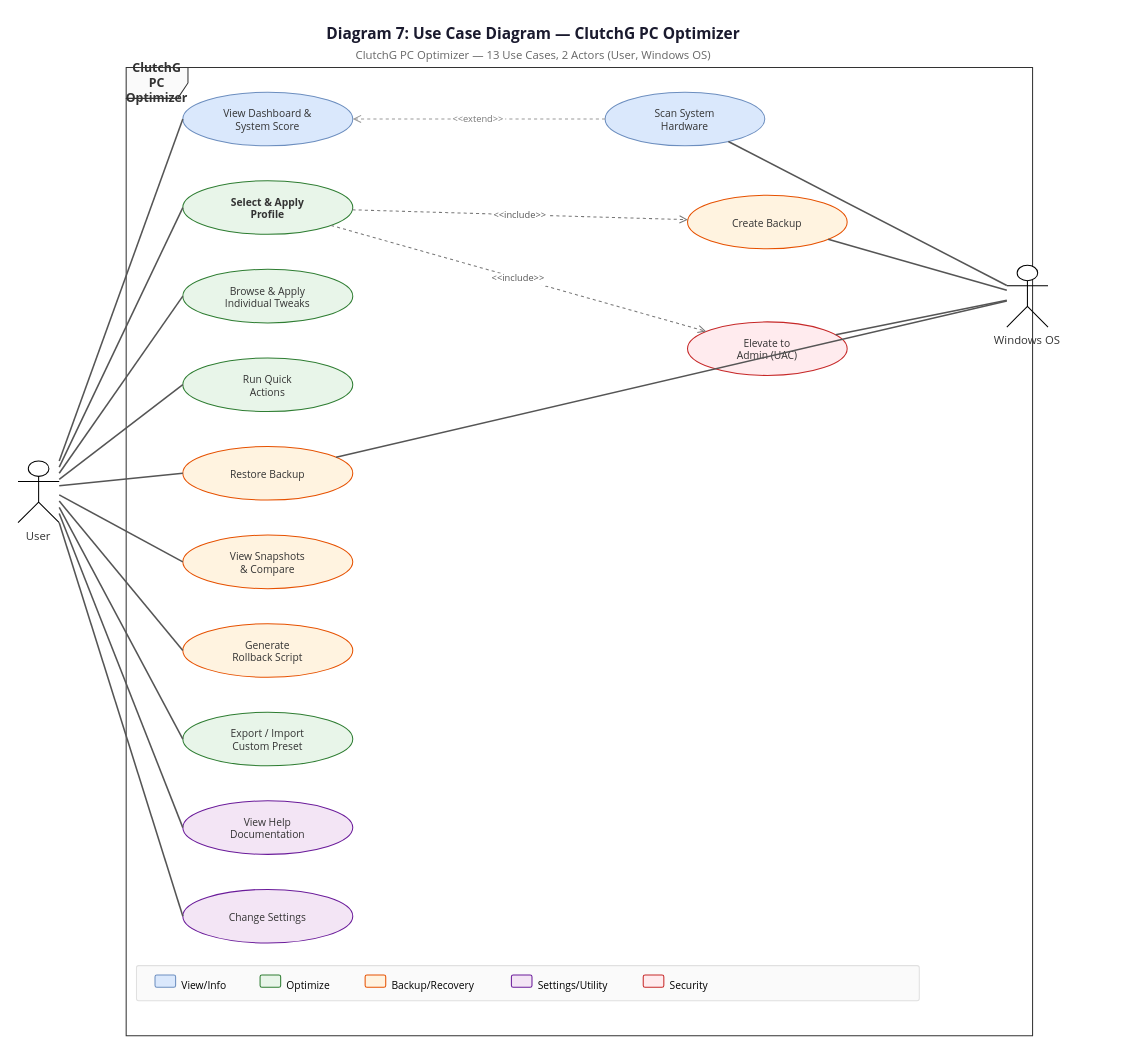
The draw.io diagram docs/diagrams/drawio/07-use-case-diagram.drawio in neckttiie090520/clutchg-pc-optimizer, before the edit. Source tidied: cells renumbered, new cells numbered last; positions are measured from the earlier drawing's top-left corner, leaving out a move shared by most shapes. Both pictures are drawn from the tidied source at 103%, with x=0, y=0 at pixel (18, 18).
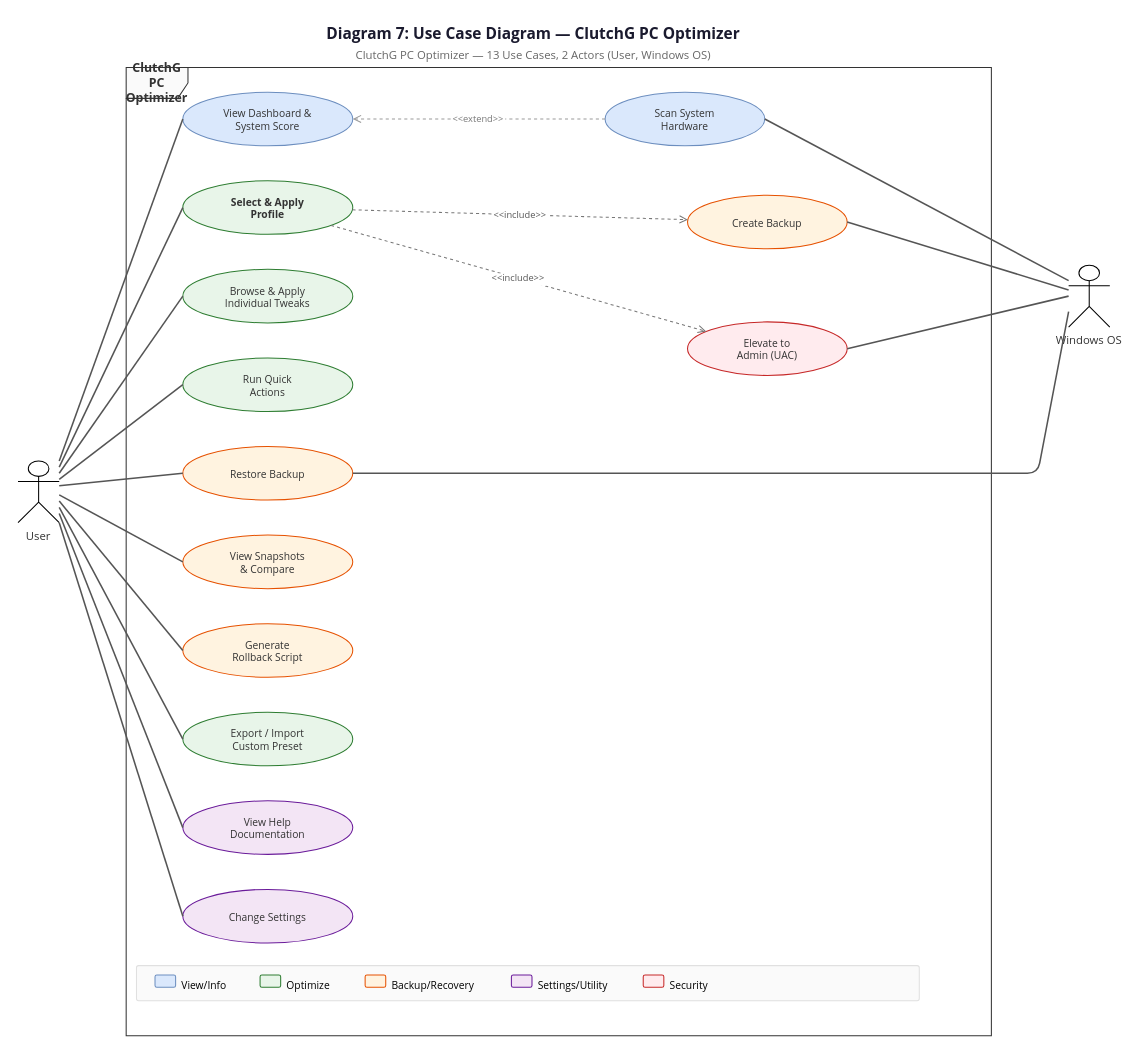
The same page after the edit.

Commit message (it also covers changes not shown here):
ย้าย Windows OS actor ออกนอก system boundary ใน diagram 07

Unchanged cells that the change refers to:
```xml
<mxCell id="11" value="Restore Backup" style="ellipse;whiteSpace=wrap;fillColor=#fff3e0;strokeColor=#e65100;fontFamily=Segoe UI;fontSize=10;fontColor=#333333;" parent="1" vertex="1">
  <mxGeometry x="160" y="416" width="165" height="52" as="geometry" />
</mxCell>
<mxCell id="17" value="Scan System&#10;Hardware" style="ellipse;whiteSpace=wrap;fillColor=#dae8fc;strokeColor=#6c8ebf;fontFamily=Segoe UI;fontSize=10;fontColor=#333333;" parent="1" vertex="1">
  <mxGeometry x="570" y="72" width="155" height="52" as="geometry" />
</mxCell>
<mxCell id="18" value="Create Backup" style="ellipse;whiteSpace=wrap;fillColor=#fff3e0;strokeColor=#e65100;fontFamily=Segoe UI;fontSize=10;fontColor=#333333;" parent="1" vertex="1">
  <mxGeometry x="650" y="172" width="155" height="52" as="geometry" />
</mxCell>
<mxCell id="19" value="Elevate to&#10;Admin (UAC)" style="ellipse;whiteSpace=wrap;fillColor=#ffebee;strokeColor=#c62828;fontFamily=Segoe UI;fontSize=10;fontColor=#333333;" parent="1" vertex="1">
  <mxGeometry x="650" y="295" width="155" height="52" as="geometry" />
</mxCell>
```

What changed in the source:
```diff
@@
     <mxCell id="4" value="ClutchG PC Optimizer" style="shape=umlFrame;whiteSpace=wrap;fillColor=#fafafa;strokeColor=#333333;fontFamily=Segoe UI;fontSize=12;fontStyle=1;fontColor=#333333;" parent="1" vertex="1">
-      <mxGeometry x="105" y="48" width="880" height="940" as="geometry" />
+      <mxGeometry x="105" y="48" width="840" height="940" as="geometry" />
     </mxCell>
@@
     <mxCell id="6" value="Windows OS" style="shape=umlActor;verticalLabelPosition=bottom;verticalAlign=top;outlineConnect=0;fontFamily=Segoe UI;fontSize=11;fontColor=#333333;" parent="1" vertex="1">
-      <mxGeometry x="960" y="240" width="40" height="60" as="geometry" />
+      <mxGeometry x="1020" y="240" width="40" height="60" as="geometry" />
     </mxCell>
@@
-    <mxCell id="30" style="endArrow=none;strokeColor=#555555;strokeWidth=1.5;" parent="1" edge="1" source="6" target="17">
+    <mxCell id="30" style="endArrow=none;strokeColor=#555555;strokeWidth=1.5;entryX=1;entryY=0.5;entryDx=0;entryDy=0;exitX=0;exitY=0.25;exitDx=0;exitDy=0;" parent="1" edge="1" source="6" target="17">
       <mxGeometry relative="1" as="geometry" />
     </mxCell>
-    <mxCell id="31" style="endArrow=none;strokeColor=#555555;strokeWidth=1.5;" parent="1" edge="1" source="6" target="19">
+    <mxCell id="31" style="endArrow=none;strokeColor=#555555;strokeWidth=1.5;entryX=1;entryY=0.5;entryDx=0;entryDy=0;exitX=0;exitY=0.5;exitDx=0;exitDy=0;" parent="1" edge="1" source="6" target="19">
       <mxGeometry relative="1" as="geometry" />
     </mxCell>
-    <mxCell id="32" style="endArrow=none;strokeColor=#555555;strokeWidth=1.5;" parent="1" edge="1" source="6" target="18">
+    <mxCell id="32" style="endArrow=none;strokeColor=#555555;strokeWidth=1.5;entryX=1;entryY=0.5;entryDx=0;entryDy=0;exitX=0;exitY=0.4;exitDx=0;exitDy=0;" parent="1" edge="1" source="6" target="18">
       <mxGeometry relative="1" as="geometry" />
     </mxCell>
-    <mxCell id="33" style="endArrow=none;strokeColor=#555555;strokeWidth=1.5;" parent="1" edge="1" source="6" target="11">
-      <mxGeometry relative="1" as="geometry" />
+    <mxCell id="33" style="endArrow=none;strokeColor=#555555;strokeWidth=1.5;entryX=1;entryY=0.5;entryDx=0;entryDy=0;exitX=0;exitY=0.75;exitDx=0;exitDy=0;" parent="1" edge="1" source="6" target="11">
+      <mxGeometry relative="1" as="geometry">
+        <Array as="points">
+          <mxPoint x="990" y="442" />
+          <mxPoint x="350" y="442" />
+        </Array>
+      </mxGeometry>
     </mxCell>
```
